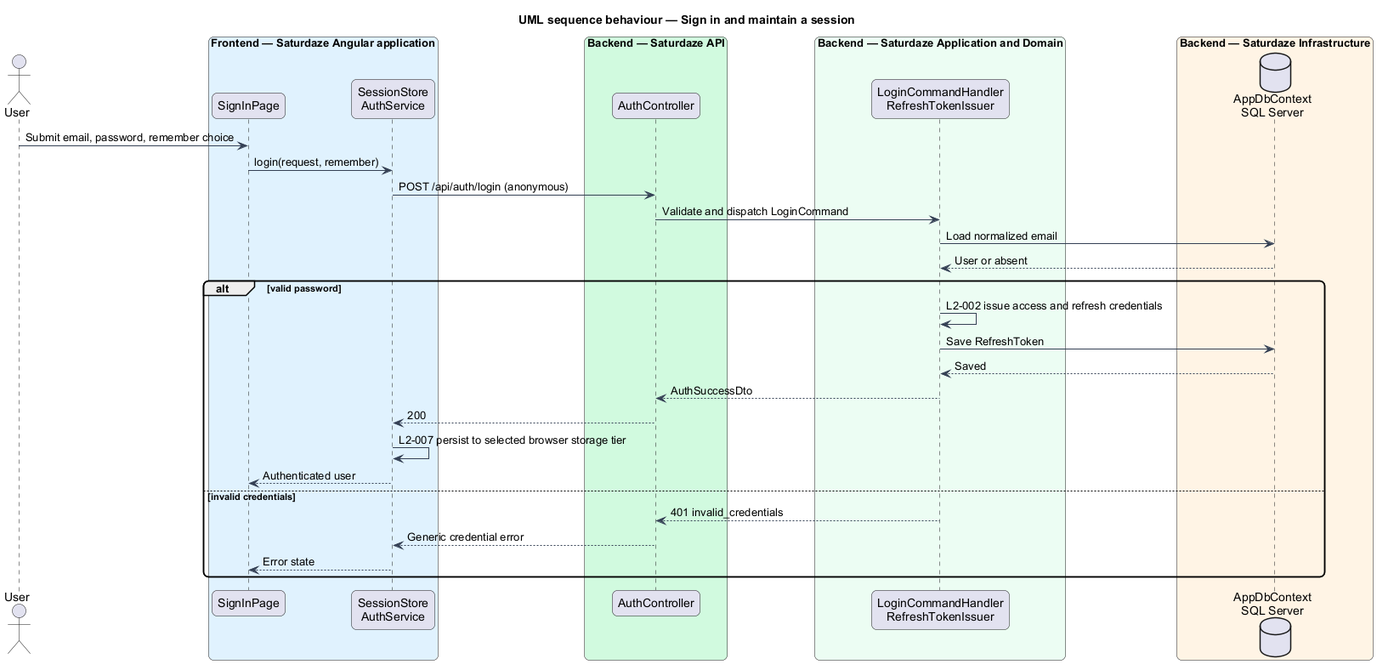
QuinntyneBrown/saturdaze keeps this PlantUML diagram as docs/detailed-designs/identity-and-access/sign-in-and-maintain-session/diagrams/sequence-login.png. Above is the earlier version.
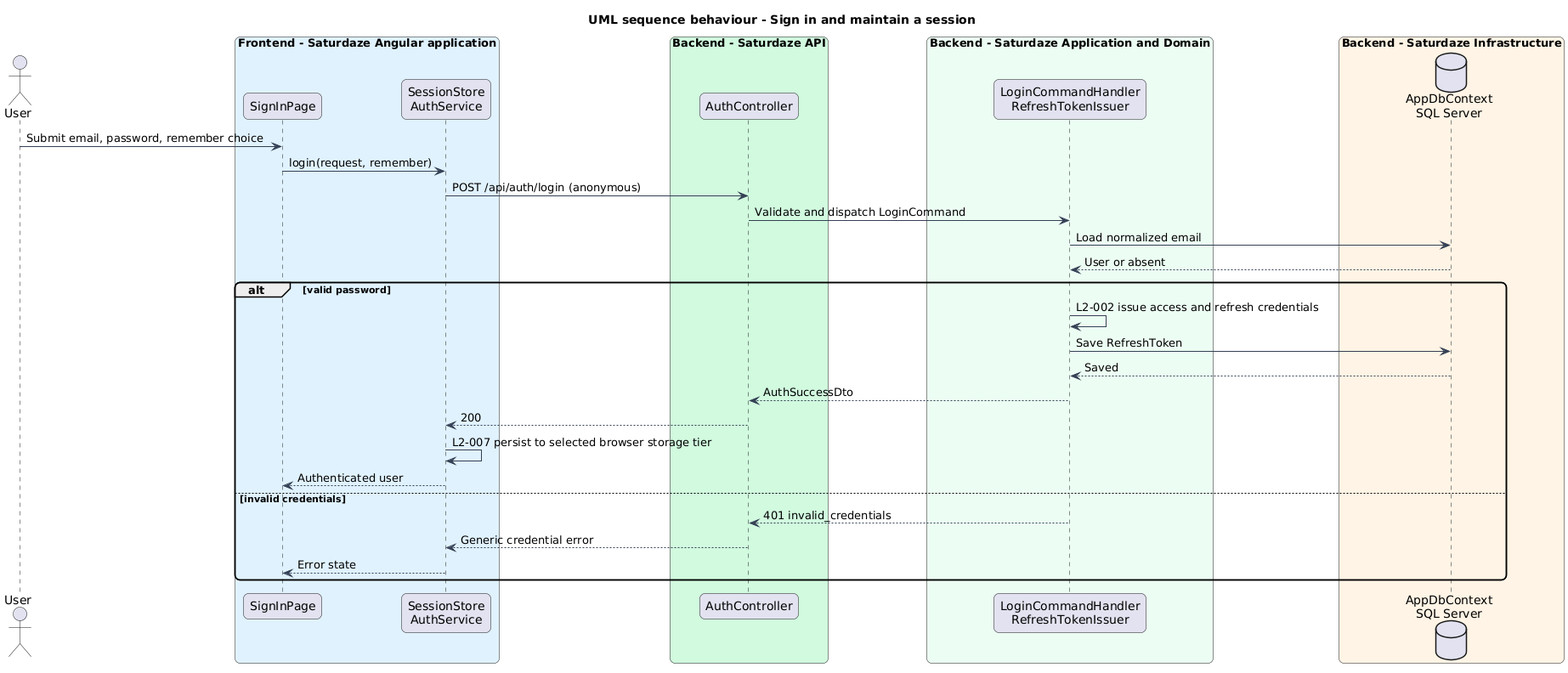
The same file after the commit.

Diff of the diagram source:
```diff
@@ -1,22 +1,22 @@
 @startuml
-title UML sequence behaviour — Sign in and maintain a session
+title UML sequence behaviour - Sign in and maintain a session
 skinparam backgroundColor #FFFFFF
 skinparam shadowing false
 skinparam roundcorner 12
 skinparam defaultFontName Arial
 skinparam ArrowColor #344054
 actor "User" as actor
-box "Frontend — Saturdaze Angular application" #E0F2FE
+box "Frontend - Saturdaze Angular application" #E0F2FE
  participant "SignInPage" as page
  participant "SessionStore\nAuthService" as client
 end box
-box "Backend — Saturdaze API" #D1FADF
+box "Backend - Saturdaze API" #D1FADF
  participant "AuthController" as controller
 end box
-box "Backend — Saturdaze Application and Domain" #ECFDF3
+box "Backend - Saturdaze Application and Domain" #ECFDF3
  participant "LoginCommandHandler\nRefreshTokenIssuer" as handler
 end box
-box "Backend — Saturdaze Infrastructure" #FFF4E5
+box "Backend - Saturdaze Infrastructure" #FFF4E5
  database "AppDbContext\nSQL Server" as db
 end box
 actor -> page : Submit email, password, remember choice
```
